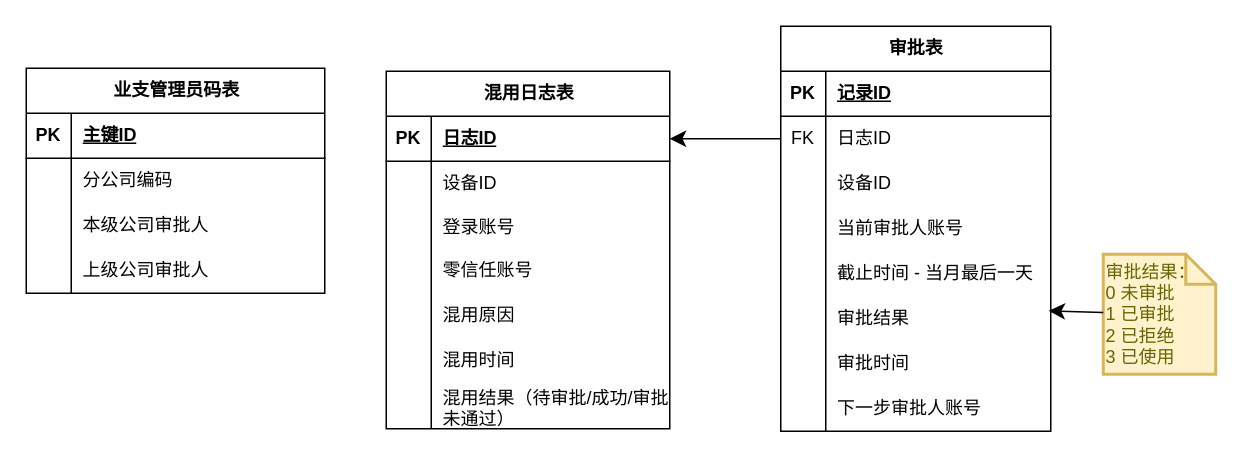
Before: page "混用审批数据模型" (21 of 21) of 系统功能流程图/铁塔4A2024.drawio in 158698706/tt4a, a draw.io diagram. Source tidied: cells renumbered, new cells numbered last; positions are measured from the earlier drawing's top-left corner, leaving out a move shared by most shapes. Both pictures are drawn from the tidied source at 150%, with x=0, y=0 at pixel (26, 26).
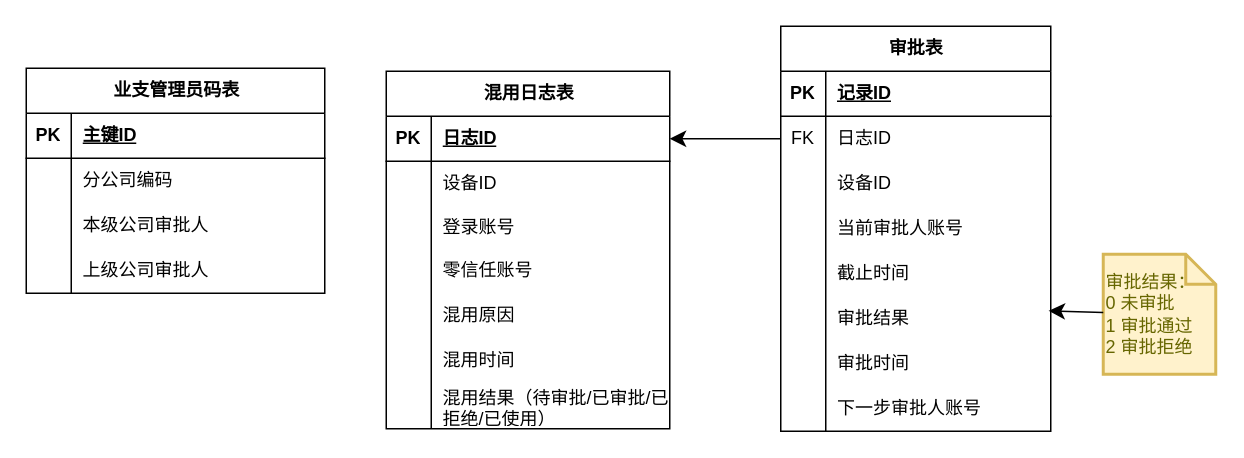
The same diagram, later.

Unchanged cells that the change refers to:
```xml
<mxCell id="21" style="shape=tableRow;horizontal=0;startSize=0;swimlaneHead=0;swimlaneBody=0;fillColor=none;top=0;left=0;right=0;bottom=0;" parent="2" vertex="1">
  <mxGeometry y="208" width="189" height="30" as="geometry" />
</mxCell>
<mxCell id="37" style="shape=tableRow;horizontal=0;startSize=0;swimlaneHead=0;swimlaneBody=0;fillColor=none;top=0;left=0;right=0;bottom=0;" parent="24" vertex="1">
  <mxGeometry y="150" width="180" height="30" as="geometry" />
</mxCell>
```

The edit, as a diff of the source:
```diff
@@
-    <mxCell id="23" value="混用结果（待审批/成功/审批未通过）" style="shape=partialRectangle;fillColor=none;top=0;left=0;bottom=0;right=0;align=left;spacingLeft=6;overflow=hidden;whiteSpace=wrap;html=1;" parent="21" vertex="1">
-      <mxGeometry x="30" width="159" height="30" as="geometry" />
-    </mxCell>
+    <mxCell id="65" value="混用结果（待审批/已审批/已拒绝/已使用）" style="shape=partialRectangle;fillColor=none;top=0;left=0;bottom=0;right=0;align=left;spacingLeft=6;overflow=hidden;whiteSpace=wrap;html=1;" parent="21" vertex="1">
+      <mxGeometry x="30" width="159" height="30" as="geometry" />
+    </mxCell>
@@
-    <mxCell id="39" value="截止时间 - 当月最后一天" style="shape=partialRectangle;fillColor=none;top=0;left=0;bottom=0;right=0;align=left;spacingLeft=6;overflow=hidden;whiteSpace=wrap;html=1;" parent="37" vertex="1">
+    <mxCell id="39" value="截止时间&amp;nbsp;" style="shape=partialRectangle;fillColor=none;top=0;left=0;bottom=0;right=0;align=left;spacingLeft=6;overflow=hidden;whiteSpace=wrap;html=1;" parent="37" vertex="1">
       <mxGeometry x="30" width="150" height="30" as="geometry" />
     </mxCell>
@@
-    <mxCell id="50" value="审批结果：&lt;div&gt;&lt;div&gt;0 未审批&lt;/div&gt;&lt;/div&gt;&lt;div&gt;1 已审批&lt;/div&gt;&lt;div&gt;2 已拒绝&lt;/div&gt;&lt;div&gt;3 已使用&lt;/div&gt;" style="shape=note;strokeWidth=2;fontSize=12;size=20;whiteSpace=wrap;html=1;fillColor=#fff2cc;strokeColor=#d6b656;fontColor=#666600;align=left;" parent="1" vertex="1">
+    <mxCell id="50" value="审批结果：&lt;div&gt;&lt;div&gt;0 未审批&lt;/div&gt;&lt;/div&gt;&lt;div&gt;1 审批通过&lt;/div&gt;&lt;div&gt;2 审批拒绝&lt;/div&gt;" style="shape=note;strokeWidth=2;fontSize=12;size=20;whiteSpace=wrap;html=1;fillColor=#fff2cc;strokeColor=#d6b656;fontColor=#666600;align=left;" parent="1" vertex="1">
       <mxGeometry x="718" y="152" width="75" height="80" as="geometry" />
     </mxCell>
```
